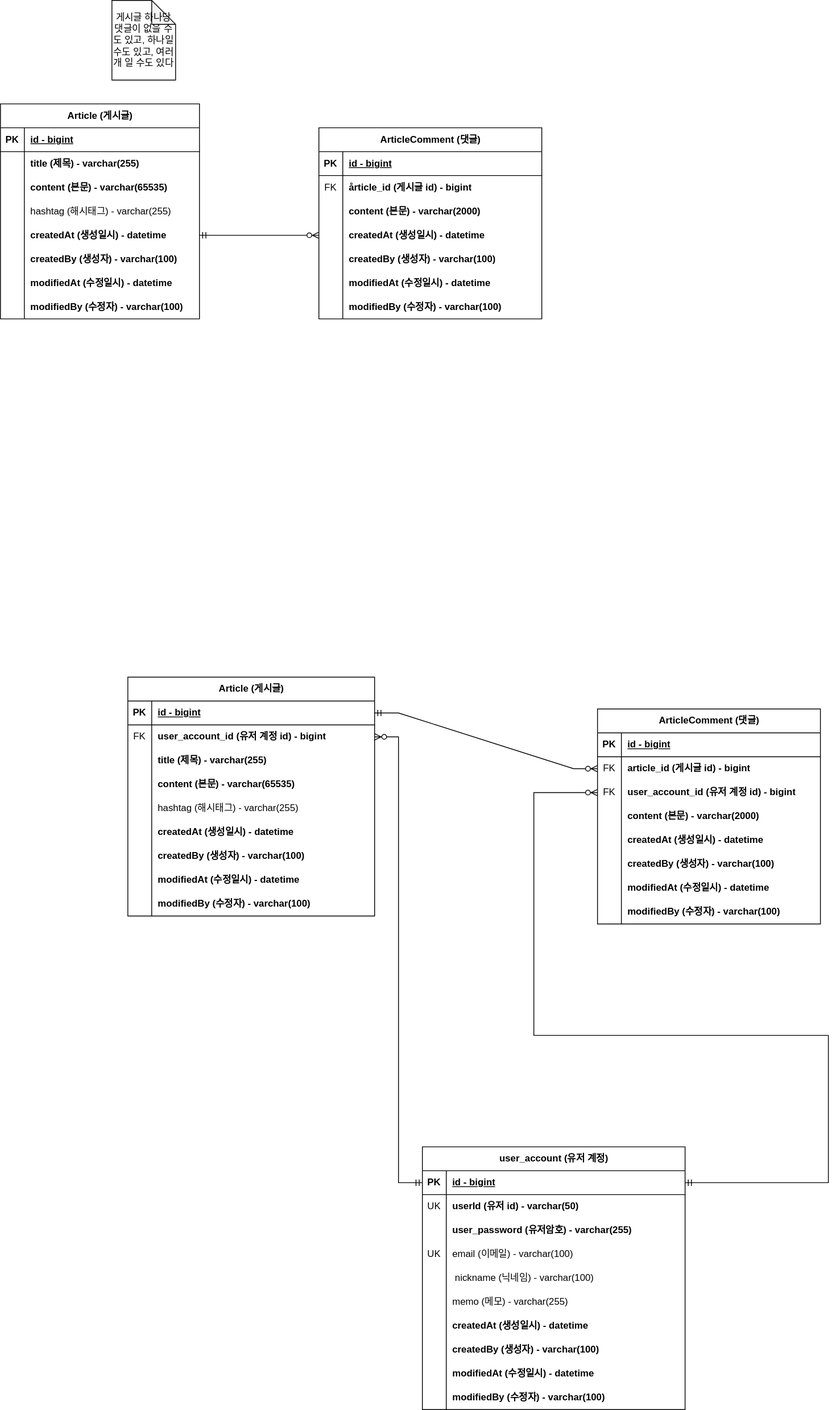
Above: document/board-project-erd.svg in honki12345/board-project (draw.io), before the change. Source tidied: cells renumbered, new cells last; positions are measured from the earlier drawing's top-left corner, leaving out a move shared by most shapes.
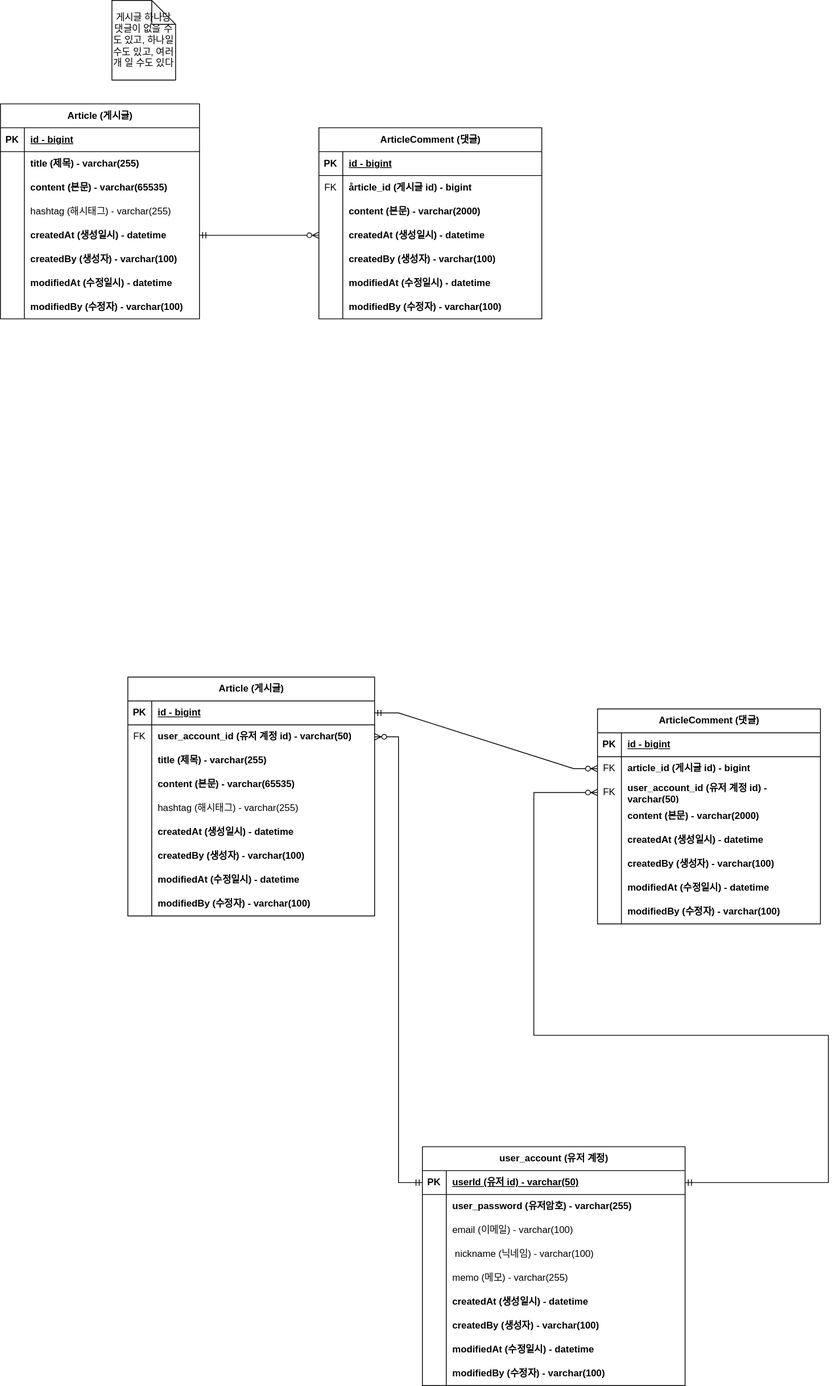
The same diagram one commit later.

Commit message:
#42 - ERD 문서 수정: 회원 계정 user_id 를 PK 로 변경

Change to the diagram source:
```diff
@@ -167,7 +167,7 @@
     <mxCell id="56" style="shape=partialRectangle;fillColor=none;top=0;left=0;bottom=0;right=0;overflow=hidden;whiteSpace=wrap;html=1;" parent="55" vertex="1">
       <mxGeometry width="30" height="30" as="geometry" />
     </mxCell>
-    <mxCell id="57" value="user_account_id (유저 계정 id) - bigint" style="shape=partialRectangle;fillColor=none;top=0;left=0;bottom=0;right=0;align=left;spacingLeft=6;overflow=hidden;whiteSpace=wrap;html=1;fontStyle=1;" parent="55" vertex="1">
+    <mxCell id="57" value="user_account_id (유저 계정 id) - varchar(50)" style="shape=partialRectangle;fillColor=none;top=0;left=0;bottom=0;right=0;align=left;spacingLeft=6;overflow=hidden;whiteSpace=wrap;html=1;fontStyle=1;" parent="55" vertex="1">
       <mxGeometry x="30" width="280" height="30" as="geometry" />
     </mxCell>
     <mxCell id="58" style="shape=tableRow;horizontal=0;startSize=0;swimlaneHead=0;swimlaneBody=0;fillColor=none;top=0;left=0;right=0;bottom=0;" parent="51" vertex="1">
@@ -260,7 +260,7 @@
     <mxCell id="87" value="FK" style="shape=partialRectangle;fillColor=none;top=0;left=0;bottom=0;right=0;overflow=hidden;whiteSpace=wrap;html=1;" parent="86" vertex="1">
       <mxGeometry width="30" height="30" as="geometry" />
     </mxCell>
-    <mxCell id="88" value="user_account_id (유저 계정 id) - bigint" style="shape=partialRectangle;fillColor=none;top=0;left=0;bottom=0;right=0;align=left;spacingLeft=6;overflow=hidden;whiteSpace=wrap;html=1;fontStyle=1;" parent="86" vertex="1">
+    <mxCell id="88" value="user_account_id (유저 계정 id) - varchar(50)" style="shape=partialRectangle;fillColor=none;top=0;left=0;bottom=0;right=0;align=left;spacingLeft=6;overflow=hidden;whiteSpace=wrap;html=1;fontStyle=1;" parent="86" vertex="1">
       <mxGeometry x="30" width="250" height="30" as="geometry" />
     </mxCell>
     <mxCell id="89" style="shape=tableRow;horizontal=0;startSize=0;swimlaneHead=0;swimlaneBody=0;fillColor=none;top=0;left=0;right=0;bottom=0;" parent="79" vertex="1">
@@ -319,7 +319,7 @@
       </mxGeometry>
     </mxCell>
     <mxCell id="105" value="user_account (유저 계정)" style="shape=table;startSize=30;rowLines=0;fontStyle=1;align=center;html=1;" parent="1" vertex="1">
-      <mxGeometry x="530" y="1440" width="330" height="330" as="geometry" />
+      <mxGeometry x="530" y="1440" width="330" height="300" as="geometry" />
     </mxCell>
     <mxCell id="106" style="shape=tableRow;horizontal=0;startSize=0;swimlaneHead=0;swimlaneBody=0;fillColor=none;points=[[0,0.5],[1,0.5]];portConstraint=eastwest;top=0;left=0;right=0;bottom=1;" parent="105" vertex="1">
       <mxGeometry y="30" width="330" height="30" as="geometry" />
@@ -327,20 +327,11 @@
     <mxCell id="107" value="PK" style="shape=partialRectangle;fillColor=none;top=0;left=0;bottom=0;right=0;fontStyle=1;overflow=hidden;whiteSpace=wrap;html=1;" parent="106" vertex="1">
       <mxGeometry width="30" height="30" as="geometry" />
     </mxCell>
-    <mxCell id="108" value="id - bigint" style="shape=partialRectangle;fillColor=none;top=0;left=0;bottom=0;right=0;align=left;spacingLeft=6;fontStyle=5;overflow=hidden;whiteSpace=wrap;html=1;" parent="106" vertex="1">
+    <mxCell id="108" value="userId (유저 id) - varchar(50)" style="shape=partialRectangle;fillColor=none;top=0;left=0;bottom=0;right=0;align=left;spacingLeft=6;fontStyle=5;overflow=hidden;whiteSpace=wrap;html=1;" parent="106" vertex="1">
       <mxGeometry x="30" width="300" height="30" as="geometry" />
     </mxCell>
-    <mxCell id="109" style="shape=tableRow;horizontal=0;startSize=0;swimlaneHead=0;swimlaneBody=0;fillColor=none;top=0;left=0;right=0;bottom=0;" parent="105" vertex="1">
-      <mxGeometry y="60" width="330" height="30" as="geometry" />
-    </mxCell>
-    <mxCell id="110" value="UK" style="shape=partialRectangle;fillColor=none;top=0;left=0;bottom=0;right=0;overflow=hidden;whiteSpace=wrap;html=1;" parent="109" vertex="1">
-      <mxGeometry width="30" height="30" as="geometry" />
-    </mxCell>
-    <mxCell id="111" value="userId (유저 id) - varchar(50)" style="shape=partialRectangle;fillColor=none;top=0;left=0;bottom=0;right=0;align=left;spacingLeft=6;overflow=hidden;whiteSpace=wrap;html=1;fontStyle=1;" parent="109" vertex="1">
-      <mxGeometry x="30" width="300" height="30" as="geometry" />
-    </mxCell>
     <mxCell id="112" style="shape=tableRow;horizontal=0;startSize=0;swimlaneHead=0;swimlaneBody=0;fillColor=none;top=0;left=0;right=0;bottom=0;" parent="105" vertex="1">
-      <mxGeometry y="90" width="330" height="30" as="geometry" />
+      <mxGeometry y="60" width="330" height="30" as="geometry" />
     </mxCell>
     <mxCell id="113" style="shape=partialRectangle;fillColor=none;top=0;left=0;bottom=0;right=0;overflow=hidden;whiteSpace=wrap;html=1;" parent="112" vertex="1">
       <mxGeometry width="30" height="30" as="geometry" />
@@ -349,7 +340,7 @@
       <mxGeometry x="30" width="300" height="30" as="geometry" />
     </mxCell>
     <mxCell id="115" style="shape=tableRow;horizontal=0;startSize=0;swimlaneHead=0;swimlaneBody=0;fillColor=none;top=0;left=0;right=0;bottom=0;" parent="105" vertex="1">
-      <mxGeometry y="120" width="330" height="30" as="geometry" />
+      <mxGeometry y="90" width="330" height="30" as="geometry" />
     </mxCell>
     <mxCell id="116" style="shape=partialRectangle;fillColor=none;top=0;left=0;bottom=0;right=0;overflow=hidden;whiteSpace=wrap;html=1;" parent="115" vertex="1">
       <mxGeometry width="30" height="30" as="geometry" />
@@ -358,7 +349,7 @@
       <mxGeometry x="30" width="300" height="30" as="geometry" />
     </mxCell>
     <mxCell id="118" style="shape=tableRow;horizontal=0;startSize=0;swimlaneHead=0;swimlaneBody=0;fillColor=none;top=0;left=0;right=0;bottom=0;" parent="105" vertex="1">
-      <mxGeometry y="150" width="330" height="30" as="geometry" />
+      <mxGeometry y="120" width="330" height="30" as="geometry" />
     </mxCell>
     <mxCell id="119" style="shape=partialRectangle;fillColor=none;top=0;left=0;bottom=0;right=0;overflow=hidden;whiteSpace=wrap;html=1;" parent="118" vertex="1">
       <mxGeometry width="30" height="30" as="geometry" />
@@ -367,7 +358,7 @@
       <mxGeometry x="30" width="300" height="30" as="geometry" />
     </mxCell>
     <mxCell id="121" style="shape=tableRow;horizontal=0;startSize=0;swimlaneHead=0;swimlaneBody=0;fillColor=none;top=0;left=0;right=0;bottom=0;" parent="105" vertex="1">
-      <mxGeometry y="180" width="330" height="30" as="geometry" />
+      <mxGeometry y="150" width="330" height="30" as="geometry" />
     </mxCell>
     <mxCell id="122" style="shape=partialRectangle;fillColor=none;top=0;left=0;bottom=0;right=0;overflow=hidden;whiteSpace=wrap;html=1;" parent="121" vertex="1">
       <mxGeometry width="30" height="30" as="geometry" />
@@ -376,7 +367,7 @@
       <mxGeometry x="30" width="300" height="30" as="geometry" />
     </mxCell>
     <mxCell id="124" style="shape=tableRow;horizontal=0;startSize=0;swimlaneHead=0;swimlaneBody=0;fillColor=none;top=0;left=0;right=0;bottom=0;" parent="105" vertex="1">
-      <mxGeometry y="210" width="330" height="30" as="geometry" />
+      <mxGeometry y="180" width="330" height="30" as="geometry" />
     </mxCell>
     <mxCell id="125" style="shape=partialRectangle;fillColor=none;top=0;left=0;bottom=0;right=0;overflow=hidden;whiteSpace=wrap;html=1;" parent="124" vertex="1">
       <mxGeometry width="30" height="30" as="geometry" />
@@ -385,7 +376,7 @@
       <mxGeometry x="30" width="300" height="30" as="geometry" />
     </mxCell>
     <mxCell id="127" style="shape=tableRow;horizontal=0;startSize=0;swimlaneHead=0;swimlaneBody=0;fillColor=none;top=0;left=0;right=0;bottom=0;" parent="105" vertex="1">
-      <mxGeometry y="240" width="330" height="30" as="geometry" />
+      <mxGeometry y="210" width="330" height="30" as="geometry" />
     </mxCell>
     <mxCell id="128" style="shape=partialRectangle;fillColor=none;top=0;left=0;bottom=0;right=0;overflow=hidden;whiteSpace=wrap;html=1;" parent="127" vertex="1">
       <mxGeometry width="30" height="30" as="geometry" />
@@ -394,7 +385,7 @@
       <mxGeometry x="30" width="300" height="30" as="geometry" />
     </mxCell>
     <mxCell id="130" style="shape=tableRow;horizontal=0;startSize=0;swimlaneHead=0;swimlaneBody=0;fillColor=none;top=0;left=0;right=0;bottom=0;" parent="105" vertex="1">
-      <mxGeometry y="270" width="330" height="30" as="geometry" />
+      <mxGeometry y="240" width="330" height="30" as="geometry" />
     </mxCell>
     <mxCell id="131" style="shape=partialRectangle;fillColor=none;top=0;left=0;bottom=0;right=0;overflow=hidden;whiteSpace=wrap;html=1;" parent="130" vertex="1">
       <mxGeometry width="30" height="30" as="geometry" />
@@ -403,7 +394,7 @@
       <mxGeometry x="30" width="300" height="30" as="geometry" />
     </mxCell>
     <mxCell id="133" style="shape=tableRow;horizontal=0;startSize=0;swimlaneHead=0;swimlaneBody=0;fillColor=none;top=0;left=0;right=0;bottom=0;" parent="105" vertex="1">
-      <mxGeometry y="300" width="330" height="30" as="geometry" />
+      <mxGeometry y="270" width="330" height="30" as="geometry" />
     </mxCell>
     <mxCell id="134" style="shape=partialRectangle;fillColor=none;top=0;left=0;bottom=0;right=0;overflow=hidden;whiteSpace=wrap;html=1;" parent="133" vertex="1">
       <mxGeometry width="30" height="30" as="geometry" />
@@ -440,9 +431,6 @@
         </Array>
       </mxGeometry>
     </mxCell>
-    <mxCell id="138" value="UK" style="shape=partialRectangle;fillColor=none;top=0;left=0;bottom=0;right=0;overflow=hidden;whiteSpace=wrap;html=1;" parent="1" vertex="1">
-      <mxGeometry x="530" y="1560" width="30" height="30" as="geometry" />
-    </mxCell>
     <mxCell id="139" value="FK" style="shape=partialRectangle;fillColor=none;top=0;left=0;bottom=0;right=0;overflow=hidden;whiteSpace=wrap;html=1;" parent="1" vertex="1">
       <mxGeometry x="160" y="910" width="30" height="30" as="geometry" />
     </mxCell>
```
